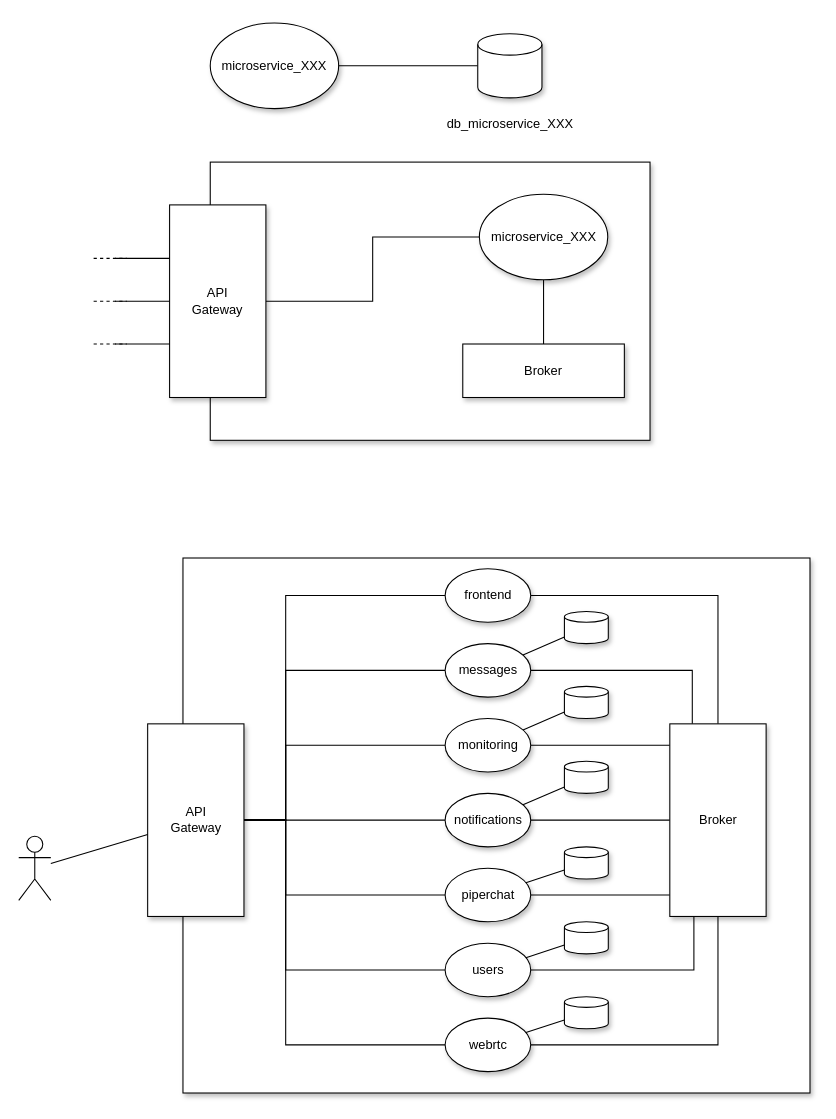
Above: page "microservizi" (9 of 9) of resources/piperchat.drawio in zucchero-sintattico/piperchat (draw.io), before the change. Source tidied: cells renumbered, new cells numbered last; positions are measured from the earlier drawing's top-left corner, leaving out a move shared by most shapes. Both pictures are drawn from the tidied source at 107%, with x=0, y=0 at pixel (18, 22).
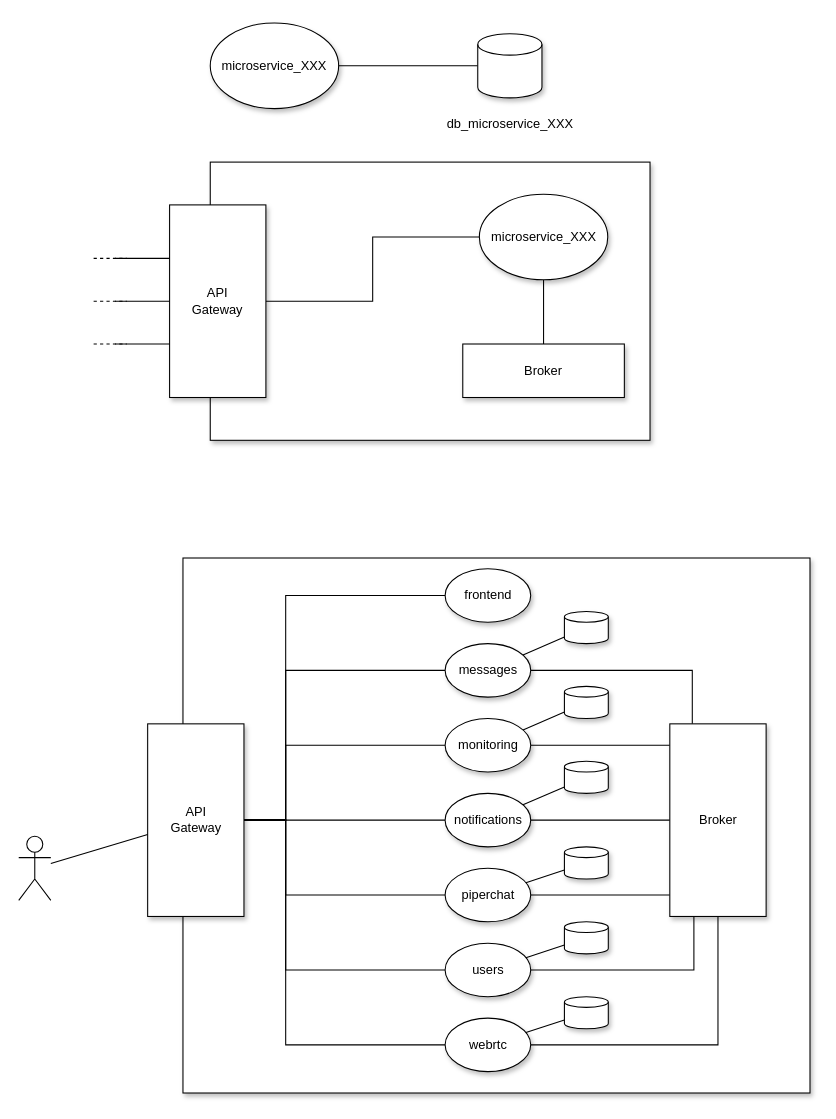
After the change.

Unchanged cells that the change refers to:
```xml
<mxCell id="23" value="frontend" style="ellipse;whiteSpace=wrap;html=1;shadow=1;" parent="1" vertex="1">
  <mxGeometry x="398.5" y="510" width="80" height="50" as="geometry" />
</mxCell>
<mxCell id="56" value="Broker" style="rounded=0;whiteSpace=wrap;html=1;shadow=1;" parent="1" vertex="1">
  <mxGeometry x="608.5" y="655" width="90" height="180" as="geometry" />
</mxCell>
```

The edit, as a diff of the source:
```diff
@@
-    <mxCell id="22" style="edgeStyle=orthogonalEdgeStyle;rounded=0;jettySize=auto;html=1;endArrow=none;endFill=0;" parent="1" edge="1" source="23" target="56">
-      <mxGeometry relative="1" as="geometry" />
-    </mxCell>
```
